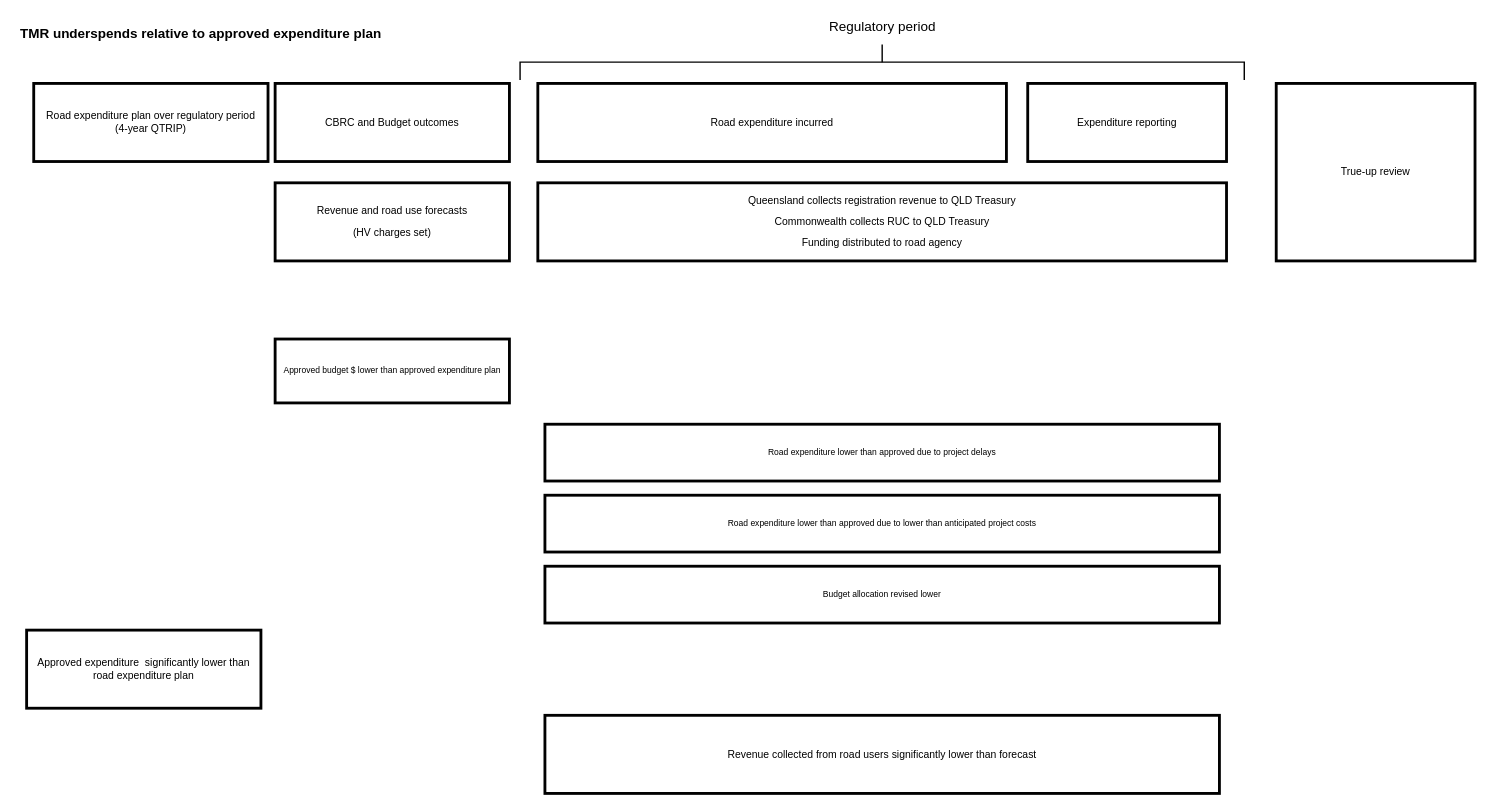
Earlier version of the draw.io diagram page "Scenarios" (5 of 5) of QTRIP and financial mapping.drawio (tzforster/great-suppository-name). Source tidied: cells renumbered, new cells numbered last; positions are measured from the earlier drawing's top-left corner, leaving out a move shared by most shapes. Both pictures are drawn from the tidied source at 71%, with x=0, y=0 at pixel (12, -300).
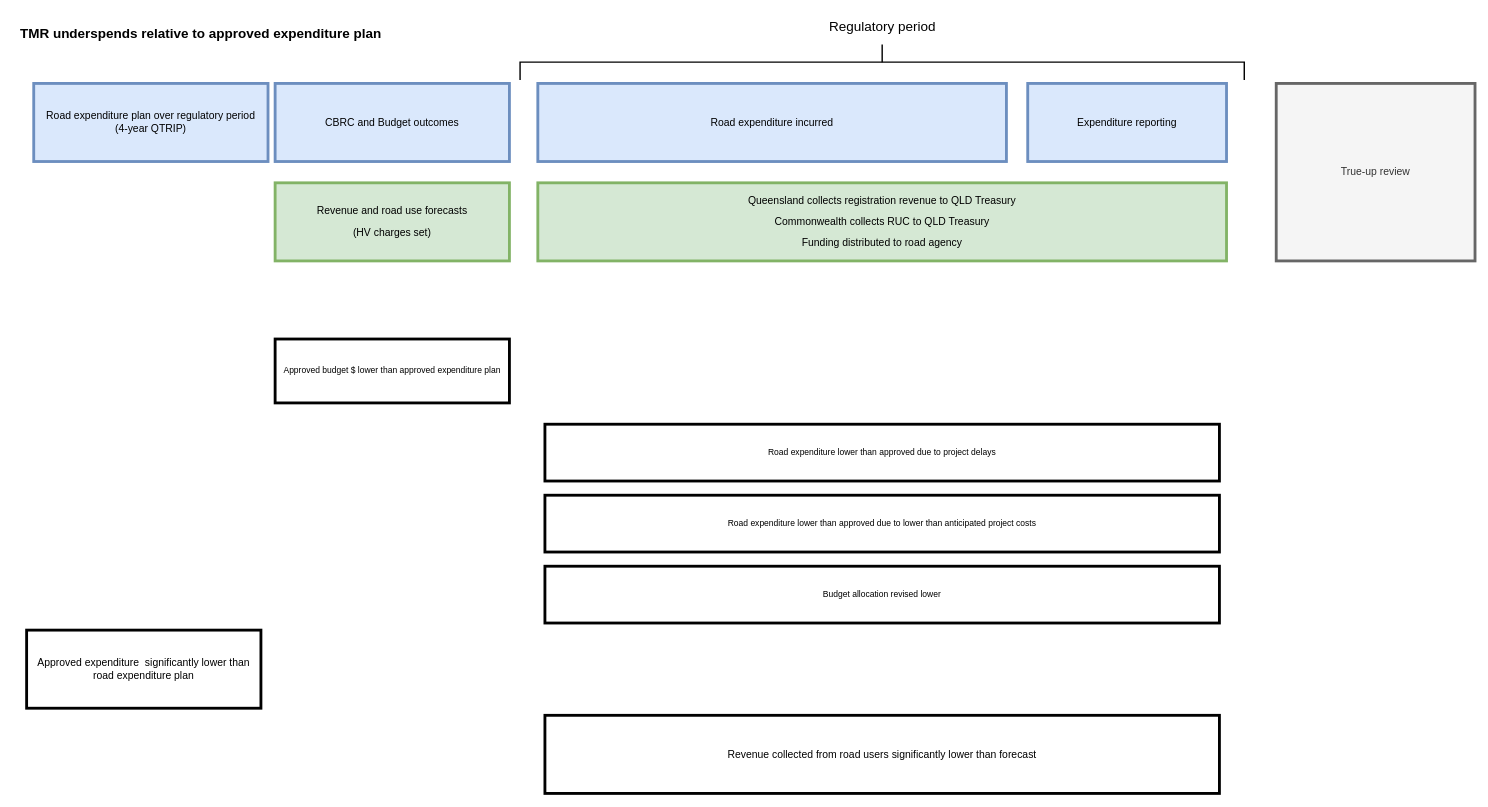
The same diagram, later.

What changed in the source:
```diff
@@
 <mxGraphModel>
   <root>
     <mxCell id="0" />
     <mxCell id="1" parent="0" />
     <mxCell id="2" value="Approved budget $ lower than approved expenditure plan" style="rounded=0;whiteSpace=wrap;html=1;strokeWidth=4;" parent="1" vertex="1">
       <mxGeometry x="370" y="900" width="330" height="90" as="geometry" />
     </mxCell>
-    <mxCell id="3" value="&lt;p&gt;&lt;font face=&quot;Calibri&quot;&gt;&lt;span style=&quot;font-size: 11pt;&quot;&gt;Road expenditure plan over &lt;/span&gt;&lt;span style=&quot;font-size: 14.6667px;&quot;&gt;regulatory&lt;/span&gt;&lt;span style=&quot;font-size: 11pt;&quot;&gt;&amp;nbsp;period&lt;br&gt;(4-year QTRIP)&lt;/span&gt;&lt;/font&gt;&lt;/p&gt;" style="whiteSpace=wrap;html=1;strokeWidth=4;" parent="1" vertex="1">
+    <mxCell id="3" value="&lt;p&gt;&lt;font face=&quot;Calibri&quot;&gt;&lt;span style=&quot;font-size: 11pt;&quot;&gt;Road expenditure plan over &lt;/span&gt;&lt;span style=&quot;font-size: 14.6667px;&quot;&gt;regulatory&lt;/span&gt;&lt;span style=&quot;font-size: 11pt;&quot;&gt;&amp;nbsp;period&lt;br&gt;(4-year QTRIP)&lt;/span&gt;&lt;/font&gt;&lt;/p&gt;" style="whiteSpace=wrap;html=1;strokeWidth=4;fillColor=#dae8fc;strokeColor=#6c8ebf;" parent="1" vertex="1">
       <mxGeometry x="30" y="540" width="330" height="110" as="geometry" />
     </mxCell>
-    <mxCell id="4" value="&lt;p&gt;&lt;span style=&quot;font-size: 11pt; font-family: Calibri;&quot;&gt;CBRC and Budget outcomes&lt;/span&gt;&lt;/p&gt;" style="whiteSpace=wrap;html=1;strokeWidth=4;" parent="1" vertex="1">
+    <mxCell id="4" value="&lt;p&gt;&lt;span style=&quot;font-size: 11pt; font-family: Calibri;&quot;&gt;CBRC and Budget outcomes&lt;/span&gt;&lt;/p&gt;" style="whiteSpace=wrap;html=1;strokeWidth=4;fillColor=#dae8fc;strokeColor=#6c8ebf;" parent="1" vertex="1">
       <mxGeometry x="370" y="540" width="330" height="110" as="geometry" />
     </mxCell>
-    <mxCell id="5" value="&lt;p&gt;&lt;span style=&quot;font-size: 11pt; font-family: Calibri;&quot;&gt;Road expenditure incurred&lt;/span&gt;&lt;/p&gt;" style="whiteSpace=wrap;html=1;strokeWidth=4;" parent="1" vertex="1">
+    <mxCell id="5" value="&lt;p&gt;&lt;span style=&quot;font-size: 11pt; font-family: Calibri;&quot;&gt;Road expenditure incurred&lt;/span&gt;&lt;/p&gt;" style="whiteSpace=wrap;html=1;strokeWidth=4;fillColor=#dae8fc;strokeColor=#6c8ebf;" parent="1" vertex="1">
       <mxGeometry x="740" y="540" width="660" height="110" as="geometry" />
     </mxCell>
-    <mxCell id="6" value="&lt;p&gt;&lt;span style=&quot;font-size: 11pt; font-family: Calibri;&quot;&gt;Expenditure reporting&lt;/span&gt;&lt;/p&gt;" style="whiteSpace=wrap;html=1;strokeWidth=4;" parent="1" vertex="1">
+    <mxCell id="6" value="&lt;p&gt;&lt;span style=&quot;font-size: 11pt; font-family: Calibri;&quot;&gt;Expenditure reporting&lt;/span&gt;&lt;/p&gt;" style="whiteSpace=wrap;html=1;strokeWidth=4;fillColor=#dae8fc;strokeColor=#6c8ebf;" parent="1" vertex="1">
       <mxGeometry x="1430" y="540" width="280" height="110" as="geometry" />
     </mxCell>
     <mxCell id="7" value="TMR underspends relative to approved expenditure plan" style="text;html=1;align=center;verticalAlign=middle;strokeColor=none;fillColor=none;fontSize=19;fontStyle=1;" parent="1" vertex="1">
       <mxGeometry y="450" width="530" height="40" as="geometry" />
     </mxCell>
     <mxCell id="8" value="Road expenditure lower than approved due to project delays" style="rounded=0;whiteSpace=wrap;html=1;strokeWidth=4;" parent="1" vertex="1">
       <mxGeometry x="750" y="1020" width="950" height="80" as="geometry" />
     </mxCell>
     <mxCell id="9" value="Road expenditure lower than approved due to lower than anticipated project costs" style="rounded=0;whiteSpace=wrap;html=1;strokeWidth=4;" parent="1" vertex="1">
       <mxGeometry x="750" y="1120" width="950" height="80" as="geometry" />
     </mxCell>
     <mxCell id="10" value="Budget allocation revised lower" style="rounded=0;whiteSpace=wrap;html=1;strokeWidth=4;" parent="1" vertex="1">
       <mxGeometry x="750" y="1220" width="950" height="80" as="geometry" />
     </mxCell>
-    <mxCell id="11" value="&lt;p&gt;&lt;span style=&quot;font-size: 11pt; font-family: Calibri;&quot;&gt;True-up review&lt;/span&gt;&lt;/p&gt;" style="whiteSpace=wrap;html=1;strokeWidth=4;" parent="1" vertex="1">
+    <mxCell id="11" value="&lt;p&gt;&lt;span style=&quot;font-size: 11pt; font-family: Calibri;&quot;&gt;True-up review&lt;/span&gt;&lt;/p&gt;" style="whiteSpace=wrap;html=1;strokeWidth=4;fillColor=#f5f5f5;fontColor=#333333;strokeColor=#666666;" parent="1" vertex="1">
       <mxGeometry x="1780" y="540" width="280" height="250" as="geometry" />
     </mxCell>
     <mxCell id="12" style="strokeWidth=2;html=1;shape=mxgraph.flowchart.annotation_2;align=left;labelPosition=right;fontSize=19;rotation=90;" parent="1" vertex="1">
       <mxGeometry x="1200" width="50" height="1020" as="geometry" />
     </mxCell>
     <mxCell id="13" value="Regulatory period" style="text;html=1;align=center;verticalAlign=middle;strokeColor=none;fillColor=none;fontSize=19;strokeWidth=4;" parent="1" vertex="1">
       <mxGeometry x="1140" y="440" width="170" height="40" as="geometry" />
     </mxCell>
     <mxCell id="14" value="&lt;p&gt;&lt;font face=&quot;Calibri&quot;&gt;&lt;span style=&quot;font-size: 14.6667px;&quot;&gt;Approved expenditure&amp;nbsp; significantly lower than road expenditure plan&lt;/span&gt;&lt;/font&gt;&lt;/p&gt;" style="whiteSpace=wrap;html=1;strokeWidth=4;" parent="1" vertex="1">
       <mxGeometry x="20" y="1310" width="330" height="110" as="geometry" />
     </mxCell>
-    <mxCell id="15" value="&lt;p&gt;&lt;span style=&quot;font-size: 11pt; font-family: Calibri;&quot;&gt;Revenue and road use forecasts&lt;/span&gt;&lt;/p&gt;&lt;p&gt;&lt;span style=&quot;font-size: 11pt; font-family: Calibri;&quot;&gt;(HV charges set)&lt;/span&gt;&lt;/p&gt;" style="whiteSpace=wrap;html=1;strokeWidth=4;" parent="1" vertex="1">
+    <mxCell id="15" value="&lt;p&gt;&lt;span style=&quot;font-size: 11pt; font-family: Calibri;&quot;&gt;Revenue and road use forecasts&lt;/span&gt;&lt;/p&gt;&lt;p&gt;&lt;span style=&quot;font-size: 11pt; font-family: Calibri;&quot;&gt;(HV charges set)&lt;/span&gt;&lt;/p&gt;" style="whiteSpace=wrap;html=1;strokeWidth=4;fillColor=#d5e8d4;strokeColor=#82b366;" parent="1" vertex="1">
       <mxGeometry x="370" y="680" width="330" height="110" as="geometry" />
     </mxCell>
-    <mxCell id="16" value="&lt;p&gt;&lt;font face=&quot;Calibri&quot;&gt;&lt;span style=&quot;font-size: 14.6667px;&quot;&gt;Queensland collects registration revenue to QLD Treasury&lt;/span&gt;&lt;/font&gt;&lt;/p&gt;&lt;p&gt;&lt;font face=&quot;Calibri&quot;&gt;&lt;span style=&quot;font-size: 14.6667px;&quot;&gt;Commonwealth collects RUC to QLD Treasury&lt;/span&gt;&lt;/font&gt;&lt;/p&gt;&lt;p&gt;&lt;font face=&quot;Calibri&quot;&gt;&lt;span style=&quot;font-size: 14.6667px;&quot;&gt;Funding distributed to road agency&lt;/span&gt;&lt;/font&gt;&lt;/p&gt;" style="whiteSpace=wrap;html=1;strokeWidth=4;" parent="1" vertex="1">
+    <mxCell id="16" value="&lt;p&gt;&lt;font face=&quot;Calibri&quot;&gt;&lt;span style=&quot;font-size: 14.6667px;&quot;&gt;Queensland collects registration revenue to QLD Treasury&lt;/span&gt;&lt;/font&gt;&lt;/p&gt;&lt;p&gt;&lt;font face=&quot;Calibri&quot;&gt;&lt;span style=&quot;font-size: 14.6667px;&quot;&gt;Commonwealth collects RUC to QLD Treasury&lt;/span&gt;&lt;/font&gt;&lt;/p&gt;&lt;p&gt;&lt;font face=&quot;Calibri&quot;&gt;&lt;span style=&quot;font-size: 14.6667px;&quot;&gt;Funding distributed to road agency&lt;/span&gt;&lt;/font&gt;&lt;/p&gt;" style="whiteSpace=wrap;html=1;strokeWidth=4;fillColor=#d5e8d4;strokeColor=#82b366;" parent="1" vertex="1">
       <mxGeometry x="740" y="680" width="970" height="110" as="geometry" />
     </mxCell>
     <mxCell id="17" value="&lt;p&gt;&lt;font face=&quot;Calibri&quot;&gt;&lt;span style=&quot;font-size: 14.6667px;&quot;&gt;Revenue collected from road users significantly lower than forecast&lt;/span&gt;&lt;/font&gt;&lt;/p&gt;" style="whiteSpace=wrap;html=1;strokeWidth=4;" parent="1" vertex="1">
       <mxGeometry x="750" y="1430" width="950" height="110" as="geometry" />
     </mxCell>
   </root>
 </mxGraphModel>
```
